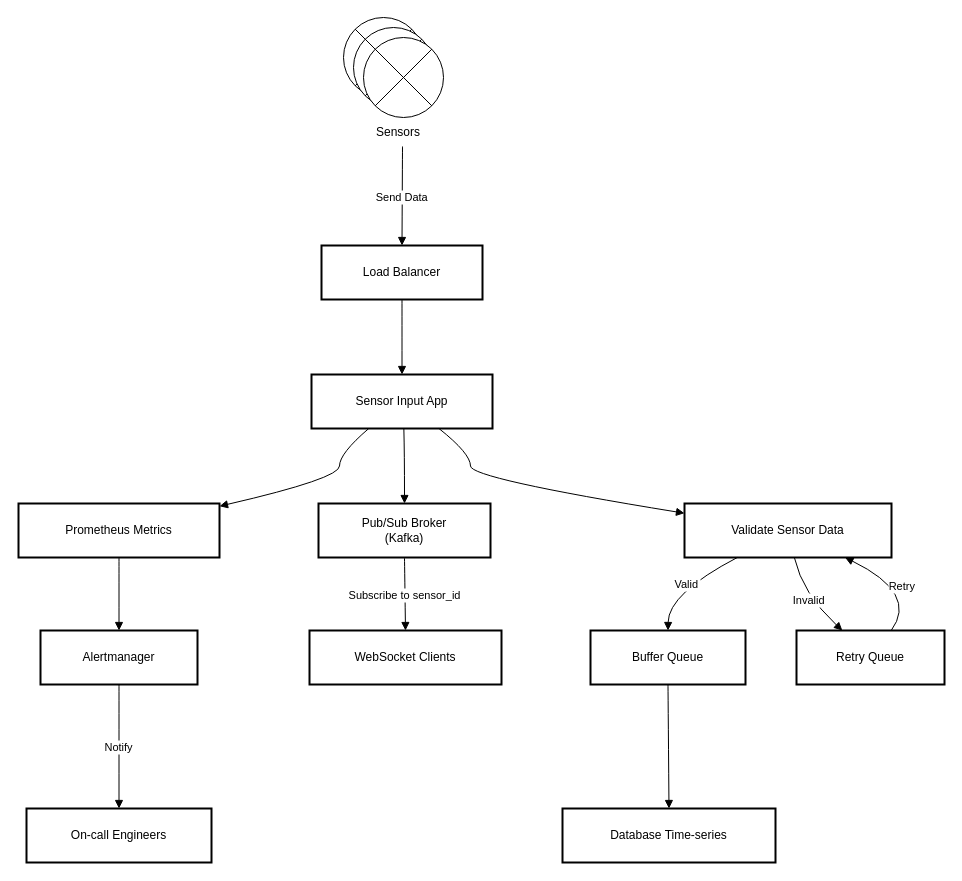
jbunyadzade/SmartInfrastructureDesign keeps this draw.io diagram as sensor_input/sensor_input.drawio. Above is the earlier version. Source tidied: cells renumbered, new cells numbered last; positions are measured from the earlier drawing's top-left corner, leaving out a move shared by most shapes. Both pictures are drawn from the tidied source at 100%, with x=0, y=0 at pixel (18, 17).
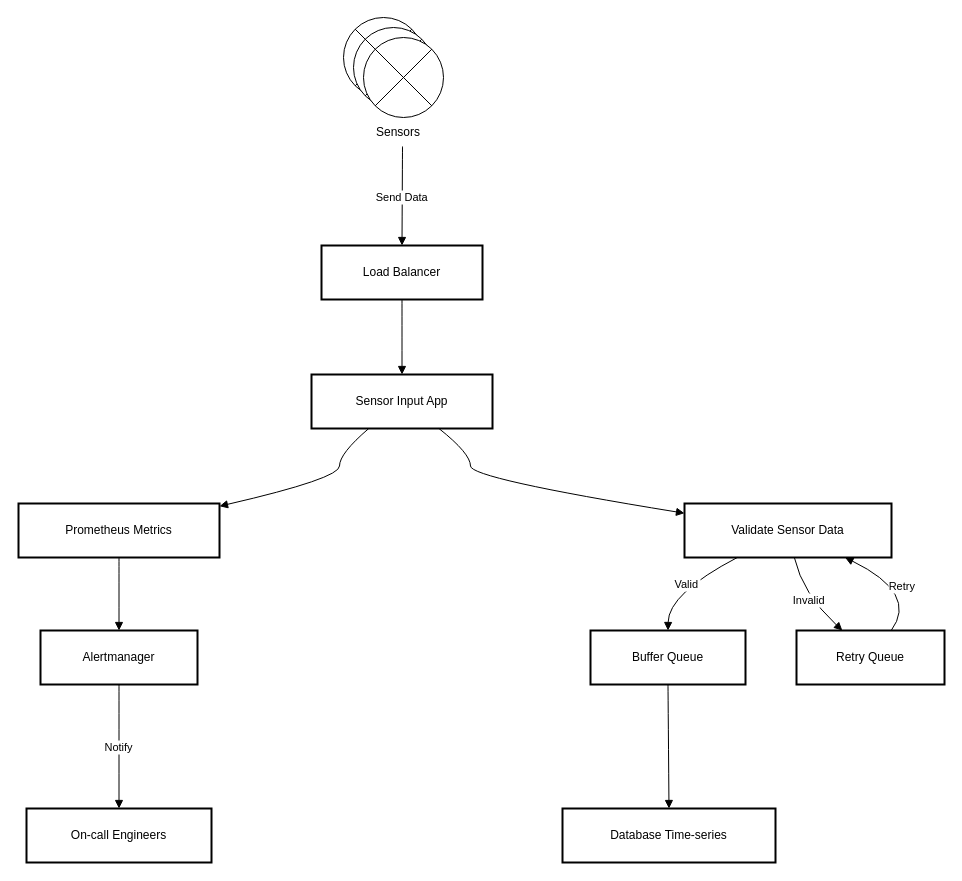
After the change.

The change refers to these unchanged cells:
```xml
<mxCell id="3" value="Sensor Input App" style="whiteSpace=wrap;strokeWidth=2;" parent="1" vertex="1">
  <mxGeometry x="293" y="357" width="181" height="54" as="geometry" />
</mxCell>
```

Diff of the diagram source:
```diff
@@
-    <mxCell id="4" value="Pub/Sub Broker&#10;(Kafka)" style="whiteSpace=wrap;strokeWidth=2;" parent="1" vertex="1">
-      <mxGeometry x="300" y="486" width="172" height="54" as="geometry" />
-    </mxCell>
-    <mxCell id="5" value="WebSocket Clients" style="whiteSpace=wrap;strokeWidth=2;" parent="1" vertex="1">
-      <mxGeometry x="291" y="613" width="192" height="54" as="geometry" />
-    </mxCell>
@@
-    <mxCell id="15" style="curved=1;startArrow=none;endArrow=block;exitX=0.51;exitY=0.99;entryX=0.5;entryY=-0.01;rounded=0;" parent="1" edge="1" source="3" target="4">
-      <mxGeometry relative="1" as="geometry">
-        <Array as="points">
-          <mxPoint x="386" y="436" />
-        </Array>
-      </mxGeometry>
-    </mxCell>
-    <mxCell id="16" value="Subscribe to sensor_id" style="curved=1;startArrow=none;endArrow=block;exitX=0.5;exitY=0.99;entryX=0.5;entryY=0;rounded=0;" parent="1" edge="1" source="4" target="5">
-      <mxGeometry relative="1" as="geometry" />
-    </mxCell>
```
